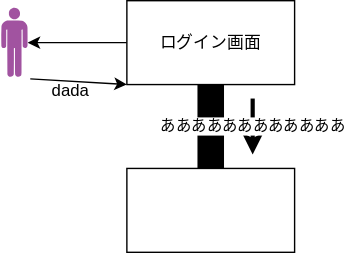
Above: 図5-1 コミュニケーション図の例.drawio.svg in kaburiba/uml-introduction (draw.io), before the change. Source tidied: cells renumbered, new cells last; positions are measured from the earlier drawing's top-left corner, leaving out a move shared by most shapes.
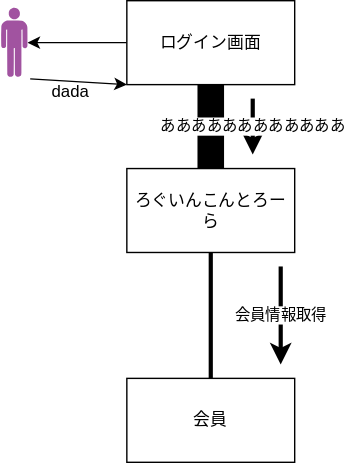
After the change.

Change to the diagram source:
```diff
@@ -20,7 +20,7 @@
     <mxCell id="7" value="dada" style="text;html=1;strokeColor=none;fillColor=none;align=center;verticalAlign=middle;whiteSpace=wrap;rounded=0;" parent="1" vertex="1">
       <mxGeometry x="20" y="50" width="60" height="30" as="geometry" />
     </mxCell>
-    <mxCell id="8" style="rounded=0;whiteSpace=wrap;html=1;" parent="1" vertex="1">
+    <mxCell id="8" value="ろぐいんこんとろーら" style="rounded=0;whiteSpace=wrap;html=1;" parent="1" vertex="1">
       <mxGeometry x="90" y="120" width="120" height="60" as="geometry" />
     </mxCell>
     <mxCell id="9" style="endArrow=none;html=1;exitX=0.5;exitY=0;exitDx=0;exitDy=0;entryX=0.5;entryY=1;entryDx=0;entryDy=0;jumpSize=12;strokeWidth=19;" parent="1" edge="1" source="8" target="4">
@@ -32,5 +32,17 @@
         <mxPoint x="180" y="110" as="targetPoint" />
       </mxGeometry>
     </mxCell>
+    <mxCell id="11" value="会員" style="rounded=0;whiteSpace=wrap;html=1;" parent="1" vertex="1">
+      <mxGeometry x="90" y="270" width="120" height="60" as="geometry" />
+    </mxCell>
+    <mxCell id="12" value="会員情報取得" style="endArrow=classic;html=1;strokeWidth=3;jumpSize=12;" parent="1" edge="1">
+      <mxGeometry relative="1" as="geometry">
+        <mxPoint x="200" y="190" as="sourcePoint" />
+        <mxPoint x="200" y="260" as="targetPoint" />
+      </mxGeometry>
+    </mxCell>
+    <mxCell id="13" style="endArrow=none;html=1;strokeWidth=3;jumpSize=12;entryX=0.5;entryY=1;entryDx=0;entryDy=0;exitX=0.5;exitY=0;exitDx=0;exitDy=0;" parent="1" edge="1" source="11" target="8">
+      <mxGeometry relative="1" as="geometry" />
+    </mxCell>
   </root>
 </mxGraphModel>
```
